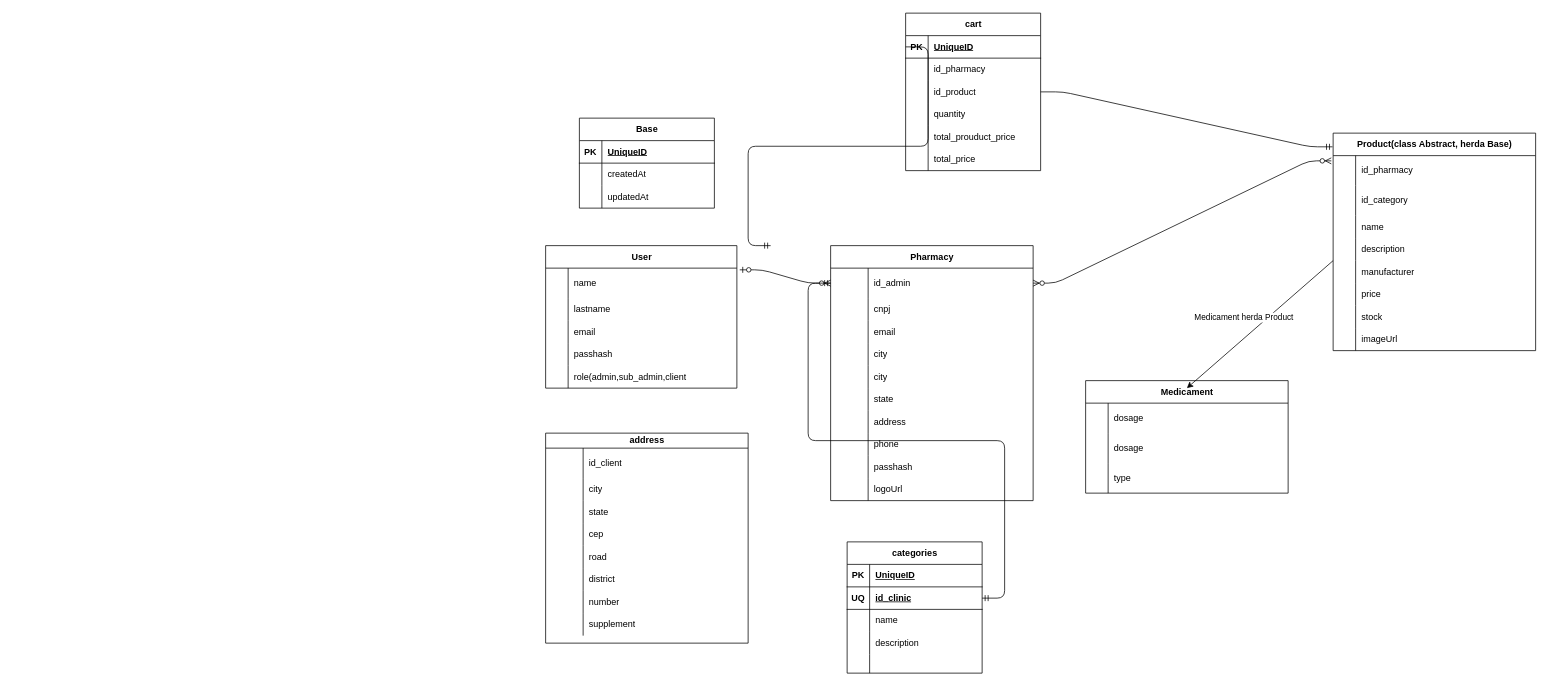
Above: doc.drawio in devdiego97/pharmacy-api (draw.io), before the change. Source tidied: cells renumbered, new cells numbered last; positions are measured from the earlier drawing's top-left corner, leaving out a move shared by most shapes. Both pictures are drawn from the tidied source at 75%, with x=0, y=0 at pixel (545, 13).
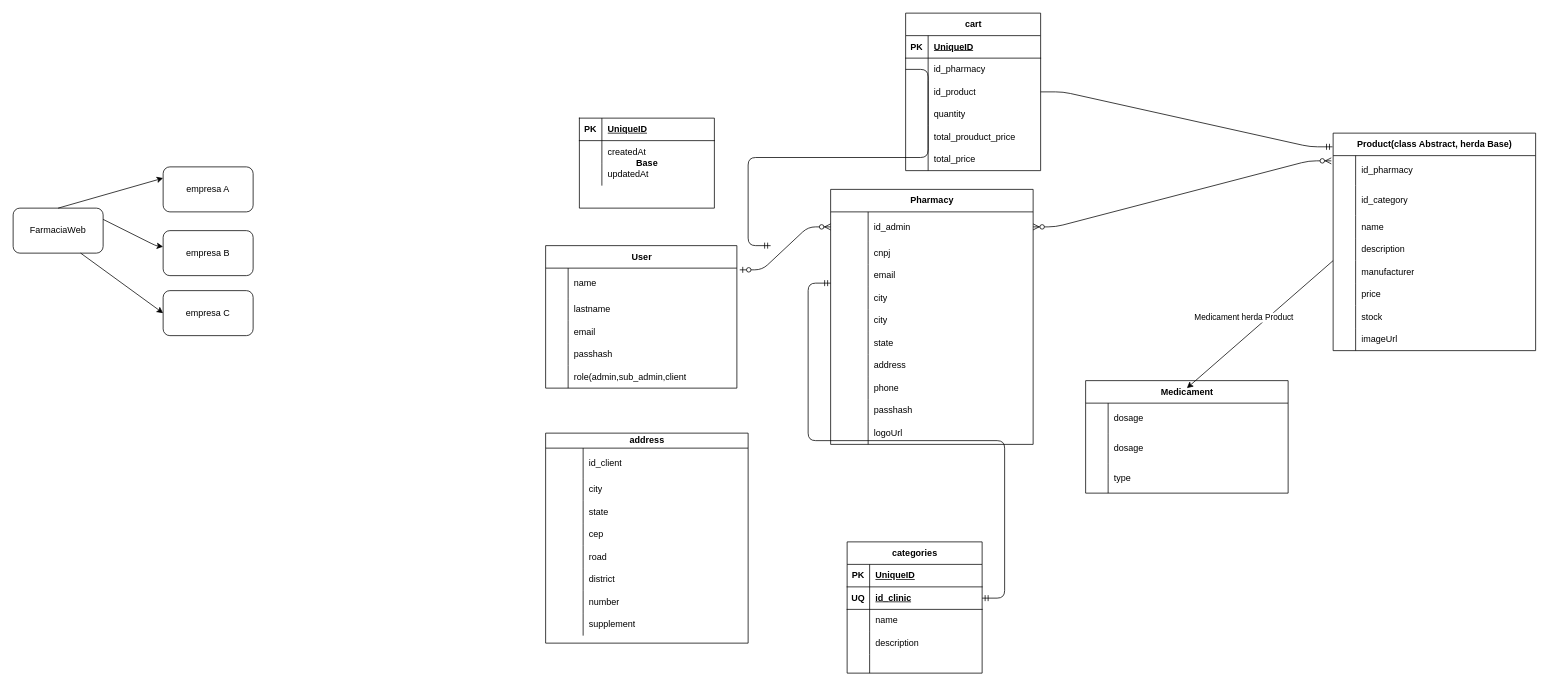
Above is the later version.

The change refers to these unchanged cells:
```xml
<mxCell id="141" style="shape=tableRow;horizontal=0;startSize=0;swimlaneHead=0;swimlaneBody=0;fillColor=none;points=[[0,0.5],[1,0.5]];portConstraint=eastwest;top=0;left=0;right=0;bottom=1;" parent="140" vertex="1">
  <mxGeometry y="30" width="180" height="30" as="geometry" />
</mxCell>
<mxCell id="144" style="shape=tableRow;horizontal=0;startSize=0;swimlaneHead=0;swimlaneBody=0;fillColor=none;points=[[0,0.5],[1,0.5]];portConstraint=eastwest;top=0;left=0;right=0;bottom=0;" parent="140" vertex="1">
  <mxGeometry y="60" width="180" height="30" as="geometry" />
</mxCell>
```

The edit, as a diff of the source:
```diff
@@
-    <mxCell id="2" value="Base" style="shape=table;startSize=30;childLayout=tableLayout;rowLines=0;fontStyle=1;align=center;html=1;" parent="1" vertex="1">
+    <mxCell id="2" value="Base" style="shape=table;startSize=0;childLayout=tableLayout;rowLines=0;fontStyle=1;align=center;html=1;" parent="1" vertex="1">
       <mxGeometry x="45" y="140" width="180" height="120" as="geometry" />
     </mxCell>
     <mxCell id="3" style="shape=tableRow;horizontal=0;startSize=0;swimlaneHead=0;swimlaneBody=0;fillColor=none;top=0;left=0;right=0;bottom=1;" parent="2" vertex="1">
-      <mxGeometry y="30" width="180" height="30" as="geometry" />
+      <mxGeometry width="180" height="30" as="geometry" />
     </mxCell>
@@
     <mxCell id="6" style="shape=tableRow;horizontal=0;startSize=0;swimlaneHead=0;swimlaneBody=0;fillColor=none;top=0;left=0;right=0;bottom=0;" parent="2" vertex="1">
-      <mxGeometry y="60" width="180" height="30" as="geometry" />
+      <mxGeometry y="30" width="180" height="30" as="geometry" />
     </mxCell>
@@
     <mxCell id="9" style="shape=tableRow;horizontal=0;startSize=0;swimlaneHead=0;swimlaneBody=0;fillColor=none;top=0;left=0;right=0;bottom=0;" parent="2" vertex="1">
-      <mxGeometry y="90" width="180" height="30" as="geometry" />
+      <mxGeometry y="60" width="180" height="30" as="geometry" />
     </mxCell>
@@
     <mxCell id="28" value="Pharmacy" style="shape=table;startSize=30;childLayout=tableLayout;rowLines=0;fontStyle=1;align=center;html=1;" parent="1" vertex="1">
-      <mxGeometry x="380" y="310" width="270" height="340" as="geometry" />
+      <mxGeometry x="380" y="235" width="270" height="340" as="geometry" />
     </mxCell>
@@
-    <mxCell id="160" style="edgeStyle=entityRelationEdgeStyle;fontSize=12;html=1;endArrow=ERmandOne;exitX=0;exitY=0.5;exitDx=0;exitDy=0;" parent="1" edge="1" source="141">
+    <mxCell id="160" style="edgeStyle=entityRelationEdgeStyle;fontSize=12;html=1;endArrow=ERmandOne;exitX=0;exitY=0.5;exitDx=0;exitDy=0;" parent="1" edge="1" source="144">
       <mxGeometry relative="1" as="geometry">
         <mxPoint x="300" y="310" as="targetPoint" />
       </mxGeometry>
     </mxCell>
+    <mxCell id="161" value="FarmaciaWeb" style="rounded=1;whiteSpace=wrap;html=1;" parent="1" vertex="1">
+      <mxGeometry x="-710" y="260" width="120" height="60" as="geometry" />
+    </mxCell>
+    <mxCell id="162" style="endArrow=classic;html=1;exitX=0.5;exitY=0;exitDx=0;exitDy=0;entryX=0;entryY=0.25;entryDx=0;entryDy=0;" parent="1" edge="1" source="161" target="163">
+      <mxGeometry relative="1" as="geometry" />
+    </mxCell>
+    <mxCell id="163" value="empresa A" style="rounded=1;whiteSpace=wrap;html=1;" parent="1" vertex="1">
+      <mxGeometry x="-510" y="205" width="120" height="60" as="geometry" />
+    </mxCell>
+    <mxCell id="164" value="empresa B" style="rounded=1;whiteSpace=wrap;html=1;" parent="1" vertex="1">
+      <mxGeometry x="-510" y="290" width="120" height="60" as="geometry" />
+    </mxCell>
+    <mxCell id="165" value="empresa C" style="rounded=1;whiteSpace=wrap;html=1;" parent="1" vertex="1">
+      <mxGeometry x="-510" y="370" width="120" height="60" as="geometry" />
+    </mxCell>
+    <mxCell id="166" style="endArrow=classic;html=1;exitX=1;exitY=0.25;exitDx=0;exitDy=0;" parent="1" edge="1" source="161" target="164">
+      <mxGeometry relative="1" as="geometry">
+        <Array as="points">
+          <mxPoint x="-520" y="310" />
+        </Array>
+      </mxGeometry>
+    </mxCell>
+    <mxCell id="167" style="endArrow=classic;html=1;exitX=0.75;exitY=1;exitDx=0;exitDy=0;entryX=0;entryY=0.5;entryDx=0;entryDy=0;" parent="1" edge="1" source="161" target="165">
+      <mxGeometry relative="1" as="geometry" />
+    </mxCell>
```
